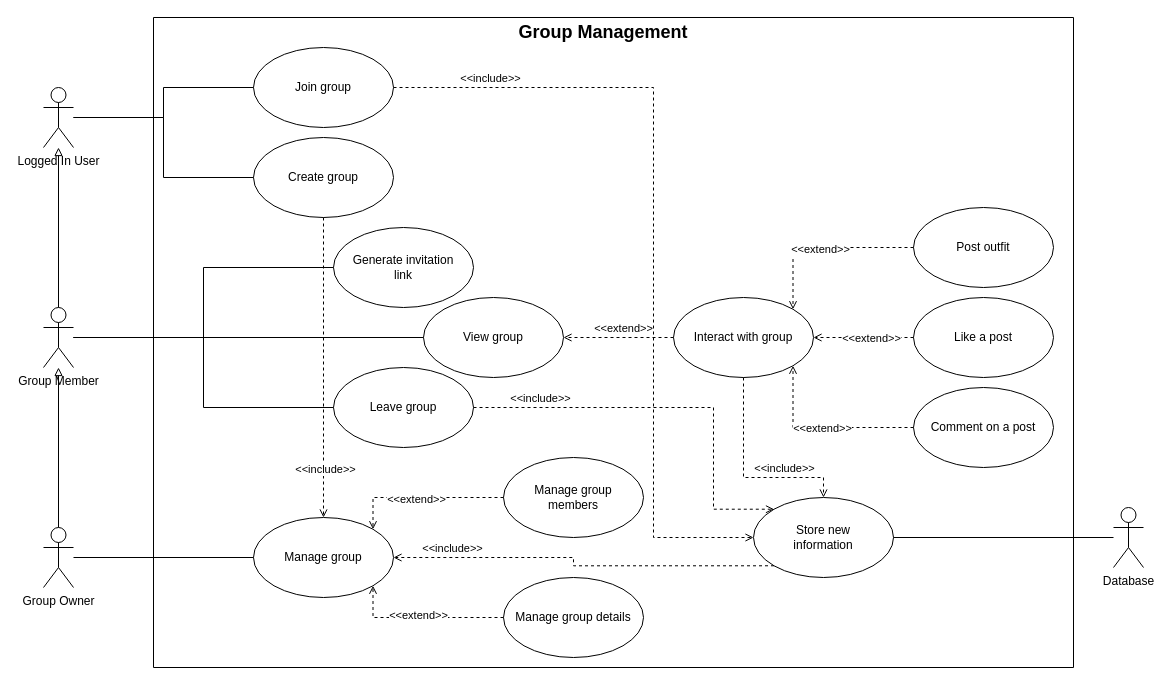
Above: docs/diagrams/ucd-group-management.drawio in gienon-fer/SeekFit (draw.io), before the change. Source tidied: cells renumbered, new cells numbered last; positions are measured from the earlier drawing's top-left corner, leaving out a move shared by most shapes. Both pictures are drawn from the tidied source at 100%, with x=0, y=0 at pixel (43, 17).
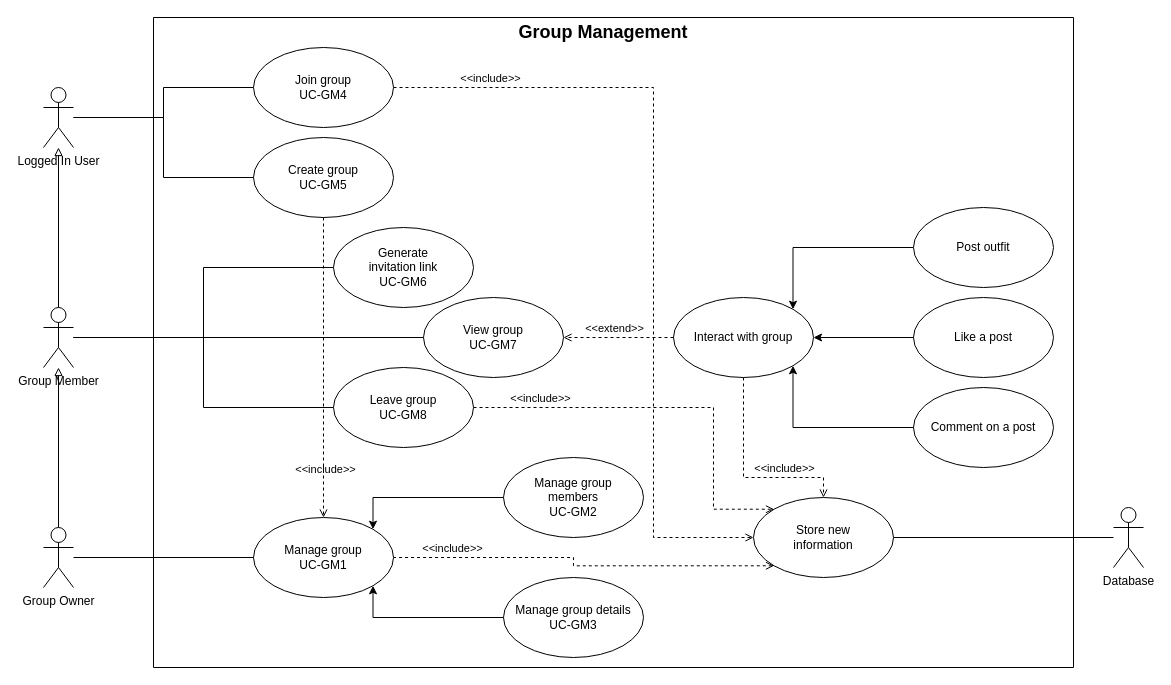
The same page after the edit.

The change refers to these unchanged cells:
```xml
<mxCell id="15" style="edgeStyle=orthogonalEdgeStyle;rounded=0;jettySize=auto;html=1;exitX=0.5;exitY=1;exitDx=0;exitDy=0;entryX=0.5;entryY=0;entryDx=0;entryDy=0;endArrow=open;endFill=0;dashed=1;" parent="1" edge="1" source="17" target="27">
  <mxGeometry relative="1" as="geometry" />
</mxCell>
<mxCell id="18" style="edgeStyle=orthogonalEdgeStyle;rounded=0;jettySize=auto;html=1;exitX=1;exitY=0.5;exitDx=0;exitDy=0;entryX=0;entryY=0.5;entryDx=0;entryDy=0;endArrow=open;endFill=0;dashed=1;" parent="1" edge="1" source="20" target="46">
  <mxGeometry relative="1" as="geometry">
    <Array as="points">
      <mxPoint x="610" y="70" />
      <mxPoint x="610" y="520" />
    </Array>
  </mxGeometry>
</mxCell>
<mxCell id="29" style="edgeStyle=orthogonalEdgeStyle;rounded=0;jettySize=auto;html=1;exitX=1;exitY=0.5;exitDx=0;exitDy=0;entryX=0;entryY=0;entryDx=0;entryDy=0;endArrow=open;endFill=0;dashed=1;" parent="1" edge="1" source="31" target="46">
  <mxGeometry relative="1" as="geometry">
    <Array as="points">
      <mxPoint x="670" y="390" />
      <mxPoint x="670" y="492" />
    </Array>
  </mxGeometry>
</mxCell>
<mxCell id="33" style="edgeStyle=orthogonalEdgeStyle;rounded=0;jettySize=auto;html=1;entryX=1;entryY=0.5;entryDx=0;entryDy=0;endArrow=open;endFill=0;dashed=1;" parent="1" edge="1" source="37" target="32">
  <mxGeometry relative="1" as="geometry" />
</mxCell>
<mxCell id="35" style="edgeStyle=orthogonalEdgeStyle;rounded=0;jettySize=auto;html=1;exitX=0.5;exitY=1;exitDx=0;exitDy=0;entryX=0.5;entryY=0;entryDx=0;entryDy=0;dashed=1;endArrow=open;endFill=0;" parent="1" edge="1" source="37" target="46">
  <mxGeometry relative="1" as="geometry">
    <Array as="points">
      <mxPoint x="700" y="460" />
      <mxPoint x="780" y="460" />
    </Array>
  </mxGeometry>
</mxCell>
<mxCell id="37" value="Interact with group" style="ellipse;whiteSpace=wrap;html=1;fillColor=none;" parent="1" vertex="1">
  <mxGeometry x="630" y="280" width="140" height="80" as="geometry" />
</mxCell>
<mxCell id="46" value="&lt;div&gt;Store new&lt;/div&gt;&lt;div&gt;information&lt;/div&gt;" style="ellipse;whiteSpace=wrap;html=1;fillColor=none;" parent="1" vertex="1">
  <mxGeometry x="710" y="480" width="140" height="80" as="geometry" />
</mxCell>
<mxCell id="49" value="Like a post" style="ellipse;whiteSpace=wrap;html=1;fillColor=none;" parent="48" vertex="1">
  <mxGeometry x="760" y="280" width="140" height="80" as="geometry" />
</mxCell>
<mxCell id="50" value="Post outfit" style="ellipse;whiteSpace=wrap;html=1;fillColor=none;" parent="48" vertex="1">
  <mxGeometry x="760" y="190" width="140" height="80" as="geometry" />
</mxCell>
<mxCell id="51" value="Comment on a post" style="ellipse;whiteSpace=wrap;html=1;fillColor=none;" parent="48" vertex="1">
  <mxGeometry x="760" y="370" width="140" height="80" as="geometry" />
</mxCell>
```

The edit, as a diff of the source:
```diff
@@
-    <mxCell id="16" value="&amp;lt;&amp;lt;include&amp;gt;&amp;gt;" style="edgeLabel;html=1;align=center;verticalAlign=middle;" parent="15" vertex="1">
+    <mxCell id="16" value="&amp;lt;&amp;lt;include&amp;gt;&amp;gt;" style="edgeLabel;html=1;align=center;verticalAlign=middle;labelBackgroundColor=none;" parent="15" vertex="1">
       <mxGeometry x="0.67" y="1" relative="1" as="geometry" />
     </mxCell>
-    <mxCell id="17" value="Create group" style="ellipse;whiteSpace=wrap;html=1;fillColor=none;" parent="1" vertex="1">
+    <mxCell id="17" value="Create group&lt;br&gt;UC-GM5" style="ellipse;whiteSpace=wrap;html=1;fillColor=none;" parent="1" vertex="1">
       <mxGeometry x="210" y="120" width="140" height="80" as="geometry" />
     </mxCell>
@@
-    <mxCell id="19" value="&amp;lt;&amp;lt;include&amp;gt;&amp;gt;" style="edgeLabel;html=1;align=center;verticalAlign=middle;" parent="18" vertex="1">
+    <mxCell id="19" value="&amp;lt;&amp;lt;include&amp;gt;&amp;gt;" style="edgeLabel;html=1;align=center;verticalAlign=middle;labelBackgroundColor=none;" parent="18" vertex="1">
       <mxGeometry x="-0.63" relative="1" as="geometry">
         <mxPoint x="-54" y="-10" as="offset" />
       </mxGeometry>
     </mxCell>
-    <mxCell id="20" value="Join group" style="ellipse;whiteSpace=wrap;html=1;fillColor=none;" parent="1" vertex="1">
+    <mxCell id="20" value="Join group&lt;br&gt;UC-GM4" style="ellipse;whiteSpace=wrap;html=1;fillColor=none;" parent="1" vertex="1">
       <mxGeometry x="210" y="30" width="140" height="80" as="geometry" />
     </mxCell>
-    <mxCell id="21" style="edgeStyle=orthogonalEdgeStyle;rounded=0;jettySize=auto;html=1;exitX=0;exitY=0.5;exitDx=0;exitDy=0;entryX=1;entryY=0;entryDx=0;entryDy=0;dashed=1;endArrow=open;endFill=0;" parent="1" edge="1" source="23" target="27">
+    <mxCell id="21" style="edgeStyle=orthogonalEdgeStyle;rounded=0;jettySize=auto;html=1;exitX=0;exitY=0.5;exitDx=0;exitDy=0;entryX=1;entryY=0;entryDx=0;entryDy=0;endArrow=classic;endFill=1;" parent="1" edge="1" source="23" target="27">
       <mxGeometry relative="1" as="geometry">
         <Array as="points">
           <mxPoint x="330" y="480" />
         </Array>
       </mxGeometry>
     </mxCell>
-    <mxCell id="22" value="&amp;lt;&amp;lt;extend&amp;gt;&amp;gt;" style="edgeLabel;html=1;align=center;verticalAlign=middle;" parent="21" vertex="1">
-      <mxGeometry x="0.09" y="1" relative="1" as="geometry" />
-    </mxCell>
-    <mxCell id="23" value="&lt;div&gt;Manage group&lt;/div&gt;&lt;div&gt;members&lt;/div&gt;" style="ellipse;whiteSpace=wrap;html=1;fillColor=none;" parent="1" vertex="1">
+    <mxCell id="23" value="&lt;div&gt;Manage group&lt;/div&gt;&lt;div&gt;members&lt;/div&gt;&lt;div&gt;UC-GM2&lt;br&gt;&lt;/div&gt;" style="ellipse;whiteSpace=wrap;html=1;fillColor=none;" parent="1" vertex="1">
       <mxGeometry x="460" y="440" width="140" height="80" as="geometry" />
     </mxCell>
-    <mxCell id="24" style="edgeStyle=orthogonalEdgeStyle;rounded=0;jettySize=auto;html=1;exitX=0;exitY=0.5;exitDx=0;exitDy=0;entryX=1;entryY=1;entryDx=0;entryDy=0;dashed=1;endArrow=open;endFill=0;" parent="1" edge="1" source="26" target="27">
+    <mxCell id="24" style="edgeStyle=orthogonalEdgeStyle;rounded=0;jettySize=auto;html=1;exitX=0;exitY=0.5;exitDx=0;exitDy=0;entryX=1;entryY=1;entryDx=0;entryDy=0;endArrow=classic;endFill=1;" parent="1" edge="1" source="26" target="27">
       <mxGeometry relative="1" as="geometry">
         <Array as="points">
           <mxPoint x="330" y="600" />
         </Array>
       </mxGeometry>
     </mxCell>
-    <mxCell id="25" value="&amp;lt;&amp;lt;extend&amp;gt;&amp;gt;" style="edgeLabel;html=1;align=center;verticalAlign=middle;" parent="24" vertex="1">
-      <mxGeometry x="0.06" y="-3" relative="1" as="geometry" />
-    </mxCell>
-    <mxCell id="26" value="Manage group details" style="ellipse;whiteSpace=wrap;html=1;fillColor=none;" parent="1" vertex="1">
+    <mxCell id="26" value="Manage group details&lt;br&gt;UC-GM3" style="ellipse;whiteSpace=wrap;html=1;fillColor=none;" parent="1" vertex="1">
       <mxGeometry x="460" y="560" width="140" height="80" as="geometry" />
     </mxCell>
-    <mxCell id="27" value="Manage group" style="ellipse;whiteSpace=wrap;html=1;fillColor=none;" parent="1" vertex="1">
+    <mxCell id="27" value="Manage group&lt;br&gt;UC-GM1" style="ellipse;whiteSpace=wrap;html=1;fillColor=none;" parent="1" vertex="1">
       <mxGeometry x="210" y="500" width="140" height="80" as="geometry" />
     </mxCell>
-    <mxCell id="28" value="&lt;div&gt;Generate invitation&lt;/div&gt;&lt;div&gt;link&lt;br&gt;&lt;/div&gt;" style="ellipse;whiteSpace=wrap;html=1;fillColor=none;" parent="1" vertex="1">
+    <mxCell id="28" value="&lt;div&gt;Generate&lt;/div&gt;&lt;div&gt;invitation&amp;nbsp;&lt;span style=&quot;background-color: initial;&quot;&gt;link&lt;/span&gt;&lt;/div&gt;&lt;div&gt;UC-GM6&lt;br&gt;&lt;/div&gt;" style="ellipse;whiteSpace=wrap;html=1;fillColor=none;" parent="1" vertex="1">
       <mxGeometry x="290" y="210" width="140" height="80" as="geometry" />
     </mxCell>
@@
-    <mxCell id="30" value="&amp;lt;&amp;lt;include&amp;gt;&amp;gt;" style="edgeLabel;html=1;align=center;verticalAlign=middle;" parent="29" vertex="1">
+    <mxCell id="30" value="&amp;lt;&amp;lt;include&amp;gt;&amp;gt;" style="edgeLabel;html=1;align=center;verticalAlign=middle;labelBackgroundColor=none;" parent="29" vertex="1">
       <mxGeometry x="-0.67" y="3" relative="1" as="geometry">
         <mxPoint y="-7" as="offset" />
       </mxGeometry>
     </mxCell>
-    <mxCell id="31" value="Leave group" style="ellipse;whiteSpace=wrap;html=1;fillColor=none;" parent="1" vertex="1">
+    <mxCell id="31" value="Leave group&lt;br&gt;UC-GM8" style="ellipse;whiteSpace=wrap;html=1;fillColor=none;" parent="1" vertex="1">
       <mxGeometry x="290" y="350" width="140" height="80" as="geometry" />
     </mxCell>
-    <mxCell id="32" value="View group" style="ellipse;whiteSpace=wrap;html=1;fillColor=none;" parent="1" vertex="1">
+    <mxCell id="32" value="View group&lt;br&gt;UC-GM7" style="ellipse;whiteSpace=wrap;html=1;fillColor=none;" parent="1" vertex="1">
       <mxGeometry x="380" y="280" width="140" height="80" as="geometry" />
     </mxCell>
@@
-    <mxCell id="34" value="&amp;lt;&amp;lt;extend&amp;gt;&amp;gt;" style="edgeLabel;html=1;align=center;verticalAlign=middle;" parent="33" vertex="1">
+    <mxCell id="34" value="&amp;lt;&amp;lt;extend&amp;gt;&amp;gt;" style="edgeLabel;html=1;align=center;verticalAlign=middle;labelBackgroundColor=none;" parent="33" vertex="1">
       <mxGeometry x="-0.08" y="1" relative="1" as="geometry">
-        <mxPoint y="-11" as="offset" />
+        <mxPoint x="-9" y="-11" as="offset" />
       </mxGeometry>
     </mxCell>
@@
-    <mxCell id="36" value="&amp;lt;&amp;lt;include&amp;gt;&amp;gt;" style="edgeLabel;html=1;align=center;verticalAlign=middle;" parent="35" vertex="1">
+    <mxCell id="36" value="&amp;lt;&amp;lt;include&amp;gt;&amp;gt;" style="edgeLabel;html=1;align=center;verticalAlign=middle;labelBackgroundColor=none;" parent="35" vertex="1">
       <mxGeometry x="0.34" relative="1" as="geometry">
         <mxPoint x="6" y="-10" as="offset" />
       </mxGeometry>
     </mxCell>
@@
-    <mxCell id="38" style="edgeStyle=orthogonalEdgeStyle;rounded=0;jettySize=auto;html=1;entryX=1;entryY=0;entryDx=0;entryDy=0;startArrow=none;startFill=0;endArrow=open;endFill=0;dashed=1;" parent="1" edge="1" source="50" target="37">
+    <mxCell id="38" style="edgeStyle=orthogonalEdgeStyle;rounded=0;jettySize=auto;html=1;entryX=1;entryY=0;entryDx=0;entryDy=0;startArrow=none;startFill=0;endArrow=classic;endFill=1;" parent="1" edge="1" source="50" target="37">
       <mxGeometry relative="1" as="geometry" />
     </mxCell>
-    <mxCell id="39" value="&amp;lt;&amp;lt;extend&amp;gt;&amp;gt;" style="edgeLabel;html=1;align=center;verticalAlign=middle;" parent="38" vertex="1">
-      <mxGeometry x="0.03" y="1" relative="1" as="geometry" />
-    </mxCell>
-    <mxCell id="40" style="edgeStyle=orthogonalEdgeStyle;rounded=0;jettySize=auto;html=1;exitX=0;exitY=0.5;exitDx=0;exitDy=0;entryX=1;entryY=0.5;entryDx=0;entryDy=0;dashed=1;endArrow=open;endFill=0;" parent="1" edge="1" source="49" target="37">
+    <mxCell id="40" style="edgeStyle=orthogonalEdgeStyle;rounded=0;jettySize=auto;html=1;exitX=0;exitY=0.5;exitDx=0;exitDy=0;entryX=1;entryY=0.5;entryDx=0;entryDy=0;endArrow=classic;endFill=1;" parent="1" edge="1" source="49" target="37">
       <mxGeometry relative="1" as="geometry" />
     </mxCell>
-    <mxCell id="41" value="&amp;lt;&amp;lt;extend&amp;gt;&amp;gt;" style="edgeLabel;html=1;align=center;verticalAlign=middle;" parent="40" vertex="1">
-      <mxGeometry x="0.27" y="-3" relative="1" as="geometry">
-        <mxPoint x="21" y="3" as="offset" />
-      </mxGeometry>
-    </mxCell>
-    <mxCell id="42" style="edgeStyle=orthogonalEdgeStyle;rounded=0;jettySize=auto;html=1;exitX=0;exitY=0.5;exitDx=0;exitDy=0;entryX=1;entryY=1;entryDx=0;entryDy=0;endArrow=open;endFill=0;dashed=1;" parent="1" edge="1" source="51" target="37">
+    <mxCell id="42" style="edgeStyle=orthogonalEdgeStyle;rounded=0;jettySize=auto;html=1;exitX=0;exitY=0.5;exitDx=0;exitDy=0;entryX=1;entryY=1;entryDx=0;entryDy=0;endArrow=classic;endFill=1;" parent="1" edge="1" source="51" target="37">
       <mxGeometry relative="1" as="geometry" />
     </mxCell>
-    <mxCell id="43" value="&amp;lt;&amp;lt;extend&amp;gt;&amp;gt;" style="edgeLabel;html=1;align=center;verticalAlign=middle;" parent="42" vertex="1">
-      <mxGeometry x="0.02" relative="1" as="geometry">
-        <mxPoint x="1" as="offset" />
-      </mxGeometry>
-    </mxCell>
-    <mxCell id="44" style="edgeStyle=orthogonalEdgeStyle;rounded=0;jettySize=auto;html=1;exitX=0;exitY=1;exitDx=0;exitDy=0;entryX=1;entryY=0.5;entryDx=0;entryDy=0;endArrow=open;endFill=0;dashed=1;" parent="1" edge="1" source="46" target="27">
+    <mxCell id="44" style="edgeStyle=orthogonalEdgeStyle;rounded=0;jettySize=auto;html=1;exitX=0;exitY=1;exitDx=0;exitDy=0;entryX=1;entryY=0.5;entryDx=0;entryDy=0;endArrow=none;endFill=0;dashed=1;startArrow=open;startFill=0;" parent="1" edge="1" source="46" target="27">
       <mxGeometry relative="1" as="geometry" />
     </mxCell>
-    <mxCell id="45" value="&amp;lt;&amp;lt;include&amp;gt;&amp;gt;" style="edgeLabel;html=1;align=center;verticalAlign=middle;" parent="44" vertex="1">
+    <mxCell id="45" value="&amp;lt;&amp;lt;include&amp;gt;&amp;gt;" style="edgeLabel;html=1;align=center;verticalAlign=middle;labelBackgroundColor=none;" parent="44" vertex="1">
       <mxGeometry x="0.68" y="-1" relative="1" as="geometry">
         <mxPoint x="-3" y="-9" as="offset" />
       </mxGeometry>
     </mxCell>
```
